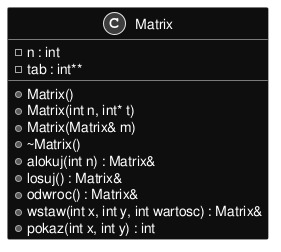
Before: inline_umlgraph_1.png, a diagram exported from PlantUML (kluchoo/Matrix).
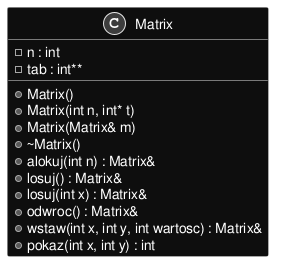
The same file after the commit.

Diff of the diagram source:
```diff
@@ -11,6 +11,7 @@
 +~Matrix()
 +alokuj(int n) : Matrix&
 +losuj() : Matrix&
++losuj(int x) : Matrix&
 +odwroc() : Matrix&
 +wstaw(int x, int y, int wartosc) : Matrix&
 +pokaz(int x, int y) : int
```
